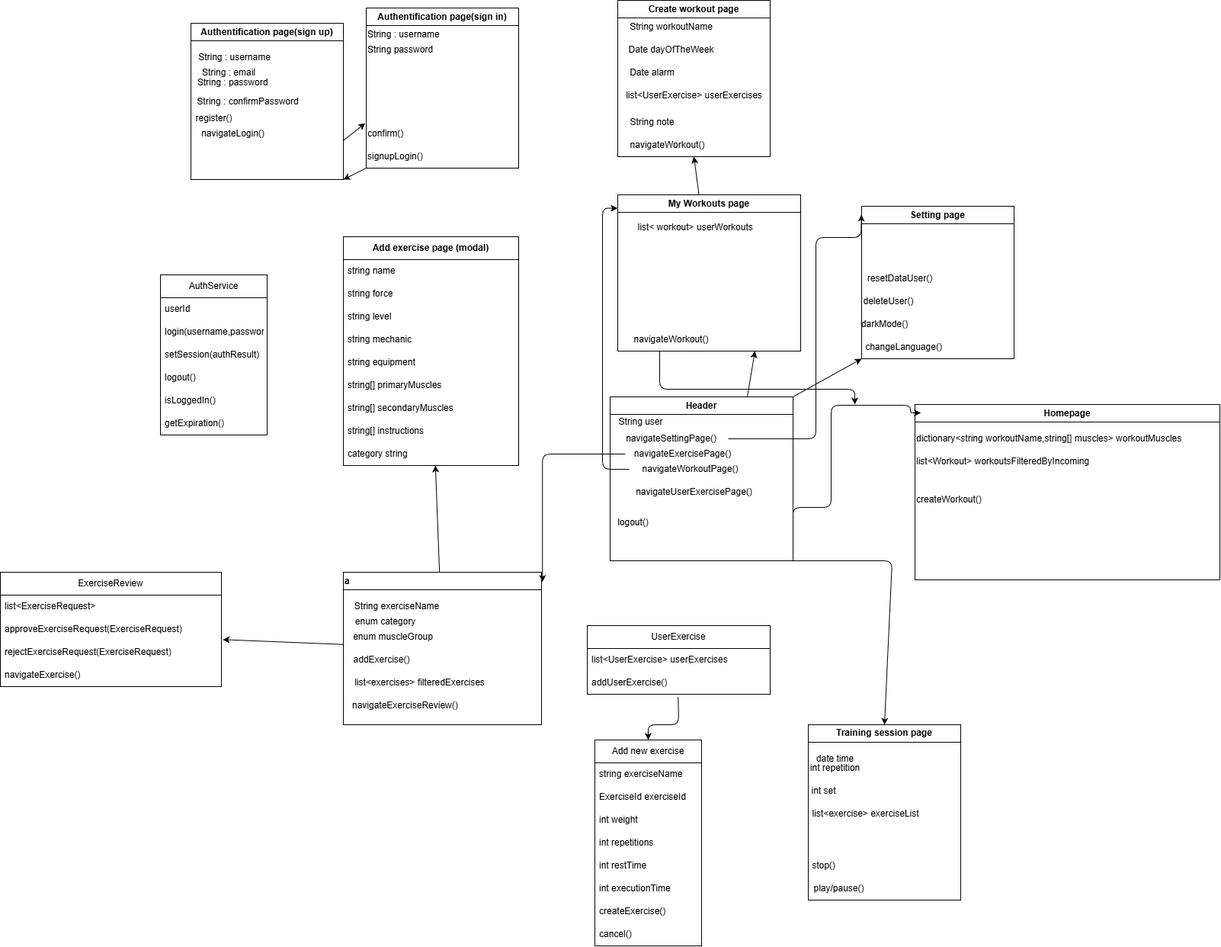
The draw.io diagram docs/Diagrams/ImageRenditions/frontend-diagram-class.png in 1880160/Projet_workout_wiki, before a commit. Source tidied: cells renumbered, new cells last; positions are measured from the earlier drawing's top-left corner, leaving out a move shared by most shapes.
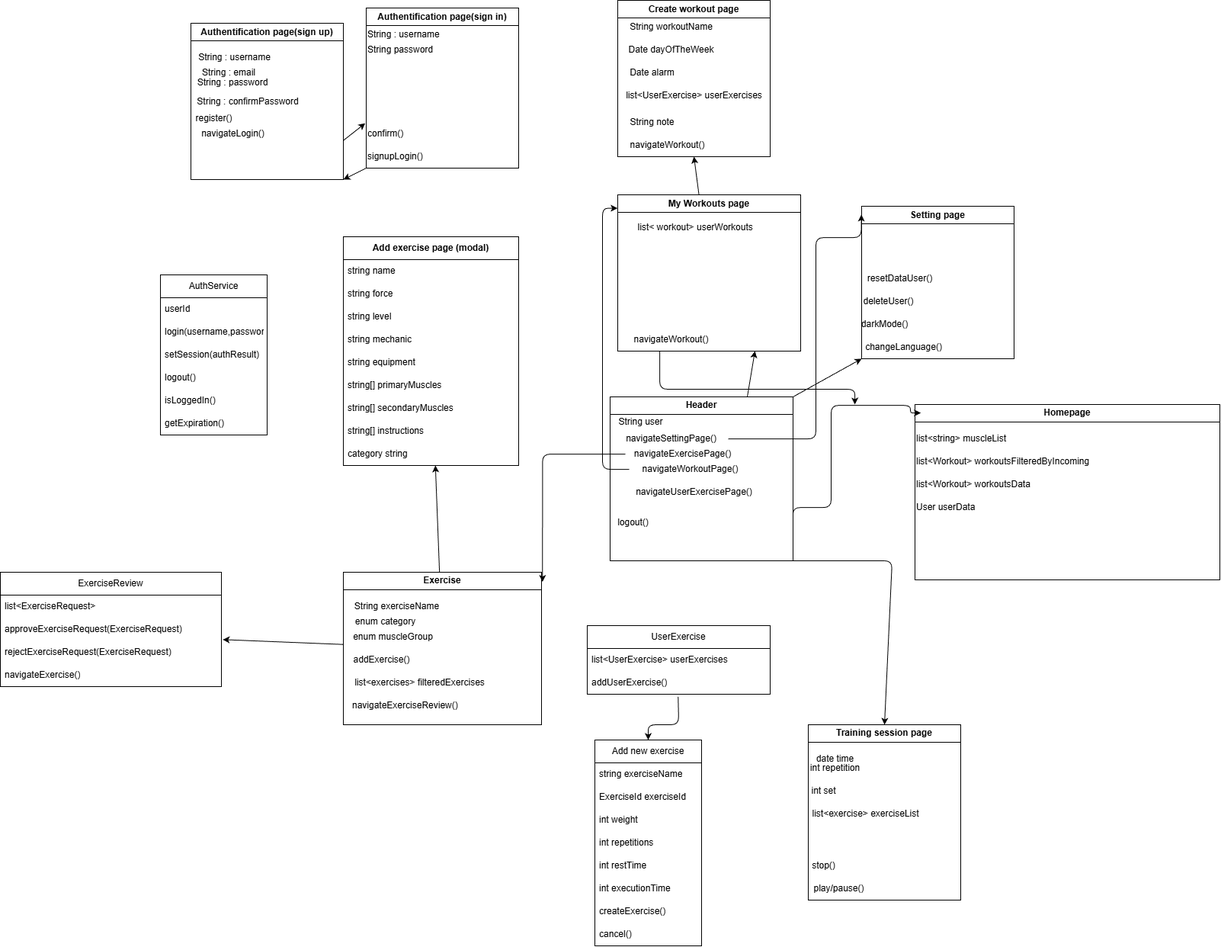
Later version of the same file.

Commit message:
update docs to reflect current notification & add backend technologies to conform to frontend section

What changed in the source:
```diff
@@ -53,15 +53,18 @@
     <mxCell id="18" value="Homepage" style="swimlane;whiteSpace=wrap;html=1;" parent="1" vertex="1">
       <mxGeometry x="1200" y="530" width="400" height="230" as="geometry" />
     </mxCell>
-    <mxCell id="19" value="createWorkout()" style="text;html=1;align=left;verticalAlign=middle;strokeColor=none;fillColor=none;" parent="18" vertex="1">
-      <mxGeometry y="110" width="110" height="30" as="geometry" />
-    </mxCell>
-    <mxCell id="20" value="dictionary&amp;lt;string workoutName,string[] muscles&amp;gt; workoutMuscles" style="text;html=1;align=left;verticalAlign=middle;strokeColor=none;fillColor=none;" parent="18" vertex="1">
-      <mxGeometry y="30" width="400" height="30" as="geometry" />
+    <mxCell id="20" value="list&amp;lt;string&amp;gt; muscleList" style="text;html=1;align=left;verticalAlign=middle;strokeColor=none;fillColor=none;" parent="18" vertex="1">
+      <mxGeometry y="30" width="140" height="30" as="geometry" />
     </mxCell>
     <mxCell id="21" value="list&amp;lt;Workout&amp;gt; workoutsFilteredByIncoming" style="text;html=1;align=left;verticalAlign=middle;strokeColor=none;fillColor=none;" parent="18" vertex="1">
       <mxGeometry y="60" width="270" height="30" as="geometry" />
     </mxCell>
+    <mxCell id="102" value="list&amp;lt;Workout&amp;gt; workoutsData" style="text;html=1;align=left;verticalAlign=middle;strokeColor=none;fillColor=none;" parent="18" vertex="1">
+      <mxGeometry y="90" width="170" height="30" as="geometry" />
+    </mxCell>
+    <mxCell id="103" value="User userData" style="text;html=1;align=left;verticalAlign=middle;strokeColor=none;fillColor=none;" parent="18" vertex="1">
+      <mxGeometry y="120" width="100" height="30" as="geometry" />
+    </mxCell>
     <mxCell id="22" style="edgeStyle=none;html=1;entryX=0.5;entryY=1;entryDx=0;entryDy=0;" parent="1" edge="1" source="23" target="53">
       <mxGeometry relative="1" as="geometry" />
     </mxCell>
@@ -102,7 +105,7 @@
     <mxCell id="32" style="edgeStyle=none;html=1;" parent="1" edge="1" source="33" target="73">
       <mxGeometry relative="1" as="geometry" />
     </mxCell>
-    <mxCell id="33" value="a" style="swimlane;whiteSpace=wrap;html=1;align=left;" parent="1" vertex="1">
+    <mxCell id="33" value="Exercise" style="swimlane;whiteSpace=wrap;html=1;align=center;" parent="1" vertex="1">
       <mxGeometry x="450" y="750" width="260" height="200" as="geometry" />
     </mxCell>
     <mxCell id="34" value="String exerciseName" style="text;html=1;align=center;verticalAlign=middle;strokeColor=none;fillColor=none;" parent="33" vertex="1">
```
